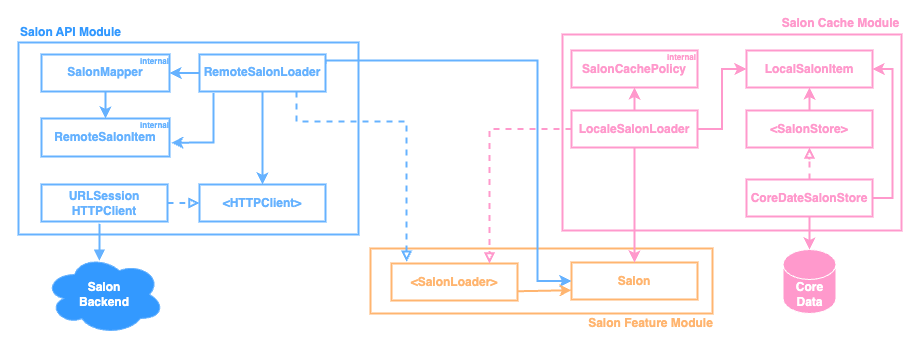
Earlier version of the draw.io export architecture.png (mushthak/nova-blend-salon-case-study). Source tidied: cells renumbered, new cells last; positions are measured from the earlier drawing's top-left corner, leaving out a move shared by most shapes. Its diagram source:
```xml
<mxGraphModel>
  <root>
    <mxCell id="0" />
    <mxCell id="1" parent="0" />
    <mxCell id="2" style="rounded=0;whiteSpace=wrap;html=1;strokeColor=#FF99CC;strokeWidth=2;fontStyle=1;" parent="1" vertex="1">
      <mxGeometry x="552" y="24" width="339" height="196" as="geometry" />
    </mxCell>
    <mxCell id="3" style="rounded=0;whiteSpace=wrap;html=1;strokeColor=#66B2FF;strokeWidth=2;fontColor=#66B2FF;fontStyle=1;" parent="1" vertex="1">
      <mxGeometry x="8" y="32" width="340" height="192" as="geometry" />
    </mxCell>
    <mxCell id="4" value="&amp;lt;HTTPClient&amp;gt;" style="rounded=0;whiteSpace=wrap;html=1;strokeColor=#66B2FF;strokeWidth=2;fontColor=#66B2FF;fontStyle=1;" parent="1" vertex="1">
      <mxGeometry x="189" y="174" width="126" height="37" as="geometry" />
    </mxCell>
    <mxCell id="5" style="rounded=0;whiteSpace=wrap;html=1;strokeColor=#FFB570;strokeWidth=2;fontStyle=1;" parent="1" vertex="1">
      <mxGeometry x="360" y="238" width="342" height="65" as="geometry" />
    </mxCell>
    <mxCell id="6" value="&amp;lt;SalonLoader&amp;gt;" style="rounded=0;whiteSpace=wrap;html=1;strokeColor=#FFB570;strokeWidth=2;fontColor=#FFB570;fontStyle=1;" parent="1" vertex="1">
      <mxGeometry x="381" y="253" width="126" height="37" as="geometry" />
    </mxCell>
    <mxCell id="7" value="Salon" style="rounded=0;whiteSpace=wrap;html=1;strokeColor=#FFB570;strokeWidth=2;fontColor=#FFB570;fontStyle=1;" parent="1" vertex="1">
      <mxGeometry x="561" y="252" width="126" height="37" as="geometry" />
    </mxCell>
    <mxCell id="8" value="Salon Feature Module" style="text;html=1;align=center;verticalAlign=middle;strokeColor=none;fillColor=none;fontColor=#FFB570;fontStyle=1;" parent="1" vertex="1">
      <mxGeometry x="568" y="300" width="143" height="26" as="geometry" />
    </mxCell>
    <mxCell id="9" style="edgeStyle=orthogonalEdgeStyle;rounded=0;jettySize=auto;html=1;exitX=1;exitY=0.25;exitDx=0;exitDy=0;entryX=0;entryY=0.5;entryDx=0;entryDy=0;strokeColor=#66B2FF;fontStyle=1;strokeWidth=2;" parent="1" edge="1" source="10" target="7">
      <mxGeometry relative="1" as="geometry">
        <Array as="points">
          <mxPoint x="315" y="50" />
          <mxPoint x="527" y="50" />
          <mxPoint x="527" y="271" />
        </Array>
      </mxGeometry>
    </mxCell>
    <mxCell id="10" value="RemoteSalonLoader" style="rounded=0;whiteSpace=wrap;html=1;strokeColor=#66B2FF;strokeWidth=2;fontColor=#66B2FF;fontStyle=1;" parent="1" vertex="1">
      <mxGeometry x="189" y="44" width="126" height="37" as="geometry" />
    </mxCell>
    <mxCell id="11" style="edgeStyle=orthogonalEdgeStyle;rounded=0;jettySize=auto;html=1;entryX=0.5;entryY=0;entryDx=0;entryDy=0;fontColor=#FF99CC;strokeColor=#FF99CC;fontStyle=1;strokeWidth=2;" parent="1" edge="1" source="14" target="7">
      <mxGeometry relative="1" as="geometry" />
    </mxCell>
    <mxCell id="12" style="edgeStyle=orthogonalEdgeStyle;rounded=0;jettySize=auto;html=1;entryX=0.5;entryY=1;entryDx=0;entryDy=0;strokeColor=#FF99CC;strokeWidth=2;fontStyle=1;" parent="1" edge="1" source="14" target="39">
      <mxGeometry relative="1" as="geometry" />
    </mxCell>
    <mxCell id="13" style="edgeStyle=orthogonalEdgeStyle;rounded=0;jettySize=auto;html=1;entryX=0;entryY=0.5;entryDx=0;entryDy=0;strokeColor=#FF99CC;strokeWidth=2;fontStyle=1;" parent="1" edge="1" source="14" target="30">
      <mxGeometry relative="1" as="geometry" />
    </mxCell>
    <mxCell id="14" value="LocaleSalonLoader" style="rounded=0;whiteSpace=wrap;html=1;strokeColor=#FF99CC;strokeWidth=2;fontColor=#FF99CC;fontStyle=1;" parent="1" vertex="1">
      <mxGeometry x="561" y="100" width="126" height="37" as="geometry" />
    </mxCell>
    <mxCell id="15" style="edgeStyle=orthogonalEdgeStyle;rounded=0;jettySize=auto;html=1;endArrow=block;endFill=0;entryX=0.12;entryY=-0.047;entryDx=0;entryDy=0;entryPerimeter=0;strokeColor=#66B2FF;fontStyle=1;strokeWidth=2;dashed=1;" parent="1" edge="1" source="10" target="6">
      <mxGeometry relative="1" as="geometry">
        <Array as="points">
          <mxPoint x="286" y="111" />
          <mxPoint x="396" y="111" />
        </Array>
      </mxGeometry>
    </mxCell>
    <mxCell id="16" style="edgeStyle=orthogonalEdgeStyle;rounded=0;jettySize=auto;html=1;endArrow=block;endFill=0;dashed=1;fontColor=#FF99CC;strokeColor=#FF99CC;fontStyle=1;strokeWidth=2;" parent="1" edge="1" source="14">
      <mxGeometry relative="1" as="geometry">
        <mxPoint x="479" y="253" as="targetPoint" />
        <Array as="points">
          <mxPoint x="479" y="119" />
        </Array>
      </mxGeometry>
    </mxCell>
    <mxCell id="17" value="URLSession HTTPClient" style="rounded=0;whiteSpace=wrap;html=1;strokeColor=#66B2FF;strokeWidth=2;fontColor=#66B2FF;fontStyle=1;" parent="1" vertex="1">
      <mxGeometry x="31" y="174" width="126" height="37" as="geometry" />
    </mxCell>
    <mxCell id="18" style="endArrow=classic;html=1;rounded=0;strokeColor=#66B2FF;exitX=0.5;exitY=1;exitDx=0;exitDy=0;entryX=0.5;entryY=0;entryDx=0;entryDy=0;fontStyle=1;strokeWidth=2;" parent="1" edge="1" source="10" target="4">
      <mxGeometry relative="1" as="geometry" />
    </mxCell>
    <mxCell id="19" style="endArrow=block;html=1;rounded=0;strokeColor=#66B2FF;endFill=0;dashed=1;exitX=1;exitY=0.5;exitDx=0;exitDy=0;entryX=0;entryY=0.5;entryDx=0;entryDy=0;fontStyle=1;strokeWidth=2;" parent="1" edge="1" source="17" target="4">
      <mxGeometry relative="1" as="geometry" />
    </mxCell>
    <mxCell id="20" value="RemoteSalonItem" style="rounded=0;whiteSpace=wrap;html=1;strokeColor=#66B2FF;strokeWidth=2;fontColor=#66B2FF;fontStyle=1;" parent="1" vertex="1">
      <mxGeometry x="31" y="108" width="128" height="38" as="geometry" />
    </mxCell>
    <mxCell id="21" style="edgeStyle=orthogonalEdgeStyle;rounded=0;jettySize=auto;html=1;entryX=0.5;entryY=0;entryDx=0;entryDy=0;fontColor=#3399FF;strokeColor=#66B2FF;fontStyle=1;strokeWidth=2;" parent="1" edge="1" source="22" target="20">
      <mxGeometry relative="1" as="geometry" />
    </mxCell>
    <mxCell id="22" value="SalonMapper" style="rounded=0;whiteSpace=wrap;html=1;strokeColor=#66B2FF;strokeWidth=2;fontColor=#66B2FF;fontStyle=1;" parent="1" vertex="1">
      <mxGeometry x="31" y="44" width="128" height="37" as="geometry" />
    </mxCell>
    <mxCell id="23" value="&lt;font color=&quot;#66b2ff&quot; style=&quot;font-size: 8px;&quot;&gt;internal&lt;/font&gt;" style="text;html=1;align=center;verticalAlign=middle;strokeColor=none;fillColor=none;fontColor=#FFB570;fontSize=8;fontStyle=1;" parent="1" vertex="1">
      <mxGeometry x="120" y="40" width="47" height="22" as="geometry" />
    </mxCell>
    <mxCell id="24" value="&lt;font color=&quot;#66b2ff&quot; style=&quot;font-size: 8px;&quot;&gt;internal&lt;/font&gt;" style="text;html=1;align=center;verticalAlign=middle;strokeColor=none;fillColor=none;fontColor=#FFB570;fontSize=8;fontStyle=1;" parent="1" vertex="1">
      <mxGeometry x="120" y="104" width="47" height="22" as="geometry" />
    </mxCell>
    <mxCell id="25" style="endArrow=classic;html=1;rounded=0;strokeColor=#66B2FF;exitX=0.112;exitY=1.042;exitDx=0;exitDy=0;exitPerimeter=0;entryX=1.014;entryY=0.637;entryDx=0;entryDy=0;entryPerimeter=0;fontStyle=1;strokeWidth=2;" parent="1" edge="1" source="10" target="20">
      <mxGeometry relative="1" as="geometry">
        <Array as="points">
          <mxPoint x="203" y="132" />
        </Array>
      </mxGeometry>
    </mxCell>
    <mxCell id="26" style="endArrow=classic;html=1;rounded=0;strokeColor=#66B2FF;exitX=0;exitY=0.5;exitDx=0;exitDy=0;entryX=1;entryY=0.5;entryDx=0;entryDy=0;fontStyle=1;strokeWidth=2;" parent="1" edge="1" source="10" target="22">
      <mxGeometry relative="1" as="geometry" />
    </mxCell>
    <mxCell id="27" value="Salon &lt;br&gt;Backend" style="ellipse;shape=cloud;whiteSpace=wrap;html=1;strokeColor=#66B2FF;fillColor=#3399FF;fontStyle=1;fontColor=#FFFFFF;" parent="1" vertex="1">
      <mxGeometry x="34" y="244" width="120" height="80" as="geometry" />
    </mxCell>
    <mxCell id="28" style="endArrow=block;html=1;rounded=0;strokeColor=#66B2FF;exitX=0.46;exitY=1.064;exitDx=0;exitDy=0;exitPerimeter=0;entryX=0.458;entryY=0.077;entryDx=0;entryDy=0;entryPerimeter=0;endFill=1;fontStyle=1;strokeWidth=2;" parent="1" edge="1" source="17" target="27">
      <mxGeometry relative="1" as="geometry" />
    </mxCell>
    <mxCell id="29" value="&amp;lt;SalonStore&amp;gt;" style="rounded=0;whiteSpace=wrap;html=1;strokeColor=#FF99CC;strokeWidth=2;fontColor=#FF99CC;fontStyle=1;" parent="1" vertex="1">
      <mxGeometry x="736" y="100" width="126" height="37" as="geometry" />
    </mxCell>
    <mxCell id="30" value="LocalSalonItem" style="rounded=0;whiteSpace=wrap;html=1;strokeColor=#FF99CC;strokeWidth=2;fontColor=#FF99CC;fontStyle=1;" parent="1" vertex="1">
      <mxGeometry x="736" y="40" width="126" height="37" as="geometry" />
    </mxCell>
    <mxCell id="31" style="endArrow=classic;html=1;rounded=0;strokeColor=#FF99CC;exitX=0.5;exitY=0;exitDx=0;exitDy=0;entryX=0.5;entryY=1;entryDx=0;entryDy=0;fontStyle=1;strokeWidth=2;" parent="1" edge="1" source="29" target="30">
      <mxGeometry relative="1" as="geometry" />
    </mxCell>
    <mxCell id="32" value="Salon API Module" style="text;html=1;align=center;verticalAlign=middle;strokeColor=none;fillColor=none;fontColor=#3399FF;fontStyle=1;" parent="1" vertex="1">
      <mxGeometry y="9" width="119" height="26" as="geometry" />
    </mxCell>
    <mxCell id="33" value="Salon Cache Module" style="text;html=1;align=center;verticalAlign=middle;strokeColor=none;fillColor=none;fontColor=#FF99CC;fontStyle=1;" parent="1" vertex="1">
      <mxGeometry x="762" width="135" height="26" as="geometry" />
    </mxCell>
    <mxCell id="34" style="edgeStyle=orthogonalEdgeStyle;rounded=0;jettySize=auto;html=1;entryX=1;entryY=0.5;entryDx=0;entryDy=0;exitX=1;exitY=0.5;exitDx=0;exitDy=0;strokeColor=#FF99CC;strokeWidth=2;fontStyle=1;" parent="1" edge="1" source="36" target="30">
      <mxGeometry relative="1" as="geometry" />
    </mxCell>
    <mxCell id="35" style="edgeStyle=orthogonalEdgeStyle;rounded=0;jettySize=auto;html=1;entryX=0.5;entryY=1;entryDx=0;entryDy=0;strokeColor=#FF99CC;dashed=1;endArrow=block;endFill=0;strokeWidth=2;fontStyle=1;" parent="1" edge="1" source="36" target="29">
      <mxGeometry relative="1" as="geometry" />
    </mxCell>
    <mxCell id="36" value="CoreDateSalonStore" style="rounded=0;whiteSpace=wrap;html=1;strokeColor=#FF99CC;strokeWidth=2;fontColor=#FF99CC;fontStyle=1;" parent="1" vertex="1">
      <mxGeometry x="736" y="169" width="126" height="37" as="geometry" />
    </mxCell>
    <mxCell id="37" value="Core Data" style="shape=cylinder3;whiteSpace=wrap;html=1;boundedLbl=1;backgroundOutline=1;size=15;fillColor=#FF99CC;fontColor=#FFFFFF;strokeColor=#FFFFFF;fontStyle=1;" parent="1" vertex="1">
      <mxGeometry x="772.5" y="239" width="53" height="64" as="geometry" />
    </mxCell>
    <mxCell id="38" style="edgeStyle=orthogonalEdgeStyle;rounded=0;jettySize=auto;html=1;entryX=0.5;entryY=0;entryDx=0;entryDy=0;entryPerimeter=0;strokeColor=#FF99CC;strokeWidth=2;fontStyle=1;" parent="1" edge="1" source="36" target="37">
      <mxGeometry relative="1" as="geometry" />
    </mxCell>
    <mxCell id="39" value="SalonCachePolicy" style="rounded=0;whiteSpace=wrap;html=1;strokeColor=#FF99CC;strokeWidth=2;fontColor=#FF99CC;fontStyle=1;" parent="1" vertex="1">
      <mxGeometry x="561" y="40" width="126" height="37" as="geometry" />
    </mxCell>
    <mxCell id="40" value="&lt;font style=&quot;font-size: 8px;&quot;&gt;internal&lt;/font&gt;" style="text;html=1;align=center;verticalAlign=middle;strokeColor=none;fillColor=none;fontColor=#FF99CC;fontSize=8;fontStyle=1;" parent="1" vertex="1">
      <mxGeometry x="647" y="36" width="47" height="22" as="geometry" />
    </mxCell>
    <mxCell id="41" style="endArrow=classic;html=1;rounded=0;strokeColor=#FFB570;fontStyle=1;strokeWidth=2;exitX=1;exitY=0.75;exitDx=0;exitDy=0;entryX=0;entryY=0.75;entryDx=0;entryDy=0;" parent="1" edge="1" source="6" target="7">
      <mxGeometry relative="1" as="geometry" />
    </mxCell>
  </root>
</mxGraphModel>
```
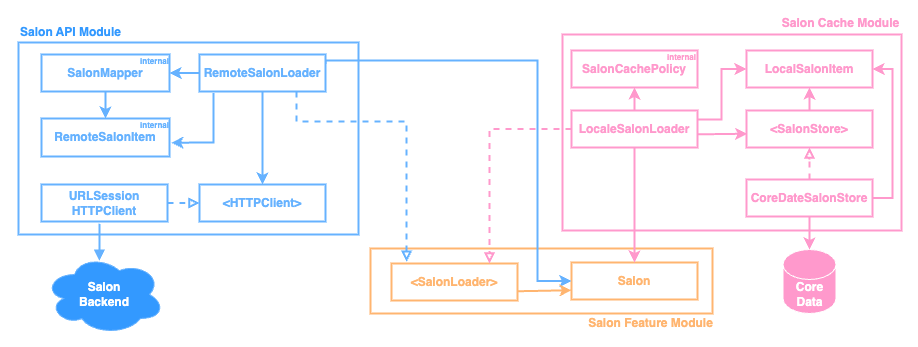
After the change.

Commit message:
Update `SalonStore` dependency in salon cache module architecture diagram

What changed in the source:
```diff
@@ -42,7 +42,12 @@
       <mxGeometry relative="1" as="geometry" />
     </mxCell>
     <mxCell id="13" style="edgeStyle=orthogonalEdgeStyle;rounded=0;jettySize=auto;html=1;entryX=0;entryY=0.5;entryDx=0;entryDy=0;strokeColor=#FF99CC;strokeWidth=2;fontStyle=1;" parent="1" edge="1" source="14" target="30">
-      <mxGeometry relative="1" as="geometry" />
+      <mxGeometry relative="1" as="geometry">
+        <Array as="points">
+          <mxPoint x="711" y="109" />
+          <mxPoint x="711" y="58" />
+        </Array>
+      </mxGeometry>
     </mxCell>
     <mxCell id="14" value="LocaleSalonLoader" style="rounded=0;whiteSpace=wrap;html=1;strokeColor=#FF99CC;strokeWidth=2;fontColor=#FF99CC;fontStyle=1;" parent="1" vertex="1">
       <mxGeometry x="561" y="100" width="126" height="37" as="geometry" />
@@ -142,5 +147,8 @@
     <mxCell id="41" style="endArrow=classic;html=1;rounded=0;strokeColor=#FFB570;fontStyle=1;strokeWidth=2;exitX=1;exitY=0.75;exitDx=0;exitDy=0;entryX=0;entryY=0.75;entryDx=0;entryDy=0;" parent="1" edge="1" source="6" target="7">
       <mxGeometry relative="1" as="geometry" />
     </mxCell>
+    <mxCell id="42" style="endArrow=classic;html=1;rounded=0;strokeColor=#FF99CC;fontStyle=1;strokeWidth=2;exitX=0.998;exitY=0.644;exitDx=0;exitDy=0;exitPerimeter=0;entryX=0.006;entryY=0.628;entryDx=0;entryDy=0;entryPerimeter=0;" parent="1" edge="1" source="14" target="29">
+      <mxGeometry relative="1" as="geometry" />
+    </mxCell>
   </root>
 </mxGraphModel>
```
